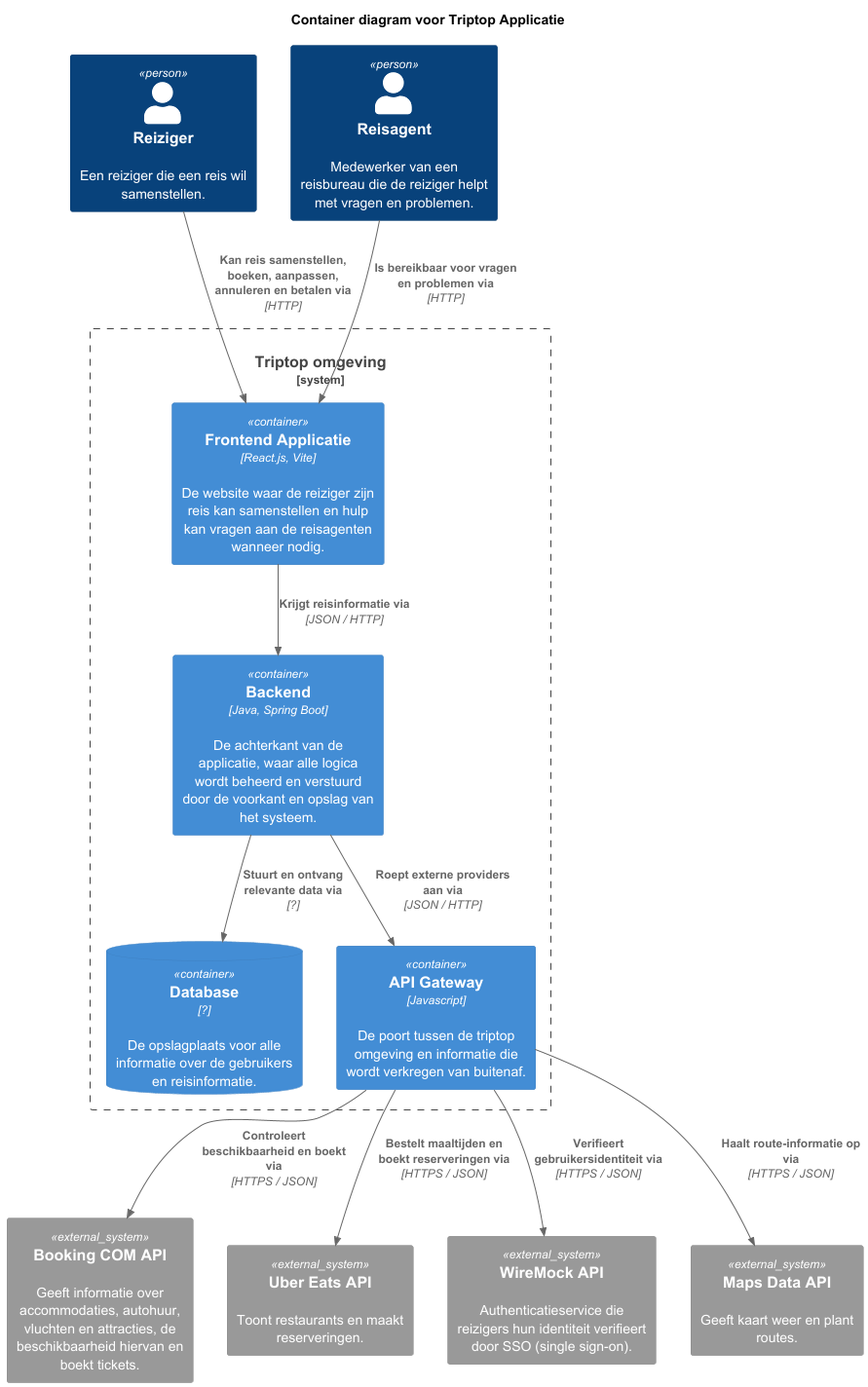
This is opdracht-diagrammen/Container diagrammen/container-diagram-team/final-container-diagram.png from AIM-ENE-feb25/triptop-beca, a PlantUML export, as it was before one commit. Source of this version:
```plantuml
@startuml

!include https://raw.githubusercontent.com/plantuml-stdlib/C4-PlantUML/master/C4_Container.puml


title Container diagram voor Triptop Applicatie

Person(reiziger, Reiziger, "Een reiziger die een reis wil samenstellen.")
Person(reis_agent, Reisagent, "Medewerker van een reisbureau die de reiziger helpt met vragen en problemen.")

System_Boundary(c1, "Triptop omgeving") {
    Container(frontend, "Frontend Applicatie", "React.js, Vite", "De website waar de reiziger zijn reis kan samenstellen en hulp kan vragen aan de reisagenten wanneer nodig.")
    Container(backend, "Backend", "Java, Spring Boot", "De achterkant van de applicatie, waar alle logica wordt beheerd en verstuurd door de voorkant en opslag van het systeem.")
    ContainerDb(database, "Database", "?", "De opslagplaats voor alle informatie over de gebruikers en reisinformatie.")
    Container(api_gateway, "API Gateway", "Javascript", "De poort tussen de triptop omgeving en informatie die wordt verkregen van buitenaf.")
}

System_Ext(overnachting_vervoer, "Booking COM API", "Geeft informatie over accommodaties, autohuur, vluchten en attracties, de beschikbaarheid hiervan en boekt tickets.")
System_Ext(eten, "Uber Eats API", "Toont restaurants en maakt reserveringen.")
System_Ext(identiteit, "WireMock API", "Authenticatieservice die reizigers hun identiteit verifieert door SSO (single sign-on).")
System_Ext(maps, "Maps Data API", "Geeft kaart weer en plant routes.")

Rel(reiziger, frontend, "Kan reis samenstellen, boeken, aanpassen, annuleren en betalen via", "HTTP")
Rel(reis_agent, frontend, "Is bereikbaar voor vragen en problemen via", "HTTP")

Rel(frontend, backend, "Krijgt reisinformatie via", "JSON / HTTP")
Rel(backend, database, "Stuurt en ontvang relevante data via", "?")
Rel(backend, api_gateway, "Roept externe providers aan via", "JSON / HTTP")

Rel(api_gateway, overnachting_vervoer, "Controleert beschikbaarheid en boekt via", "HTTPS / JSON")
Rel(api_gateway, eten, "Bestelt maaltijden en boekt reserveringen via", "HTTPS / JSON")
Rel(api_gateway, identiteit, "Verifieert gebruikersidentiteit via", "HTTPS / JSON")
Rel(api_gateway, maps, "Haalt route-informatie op via", "HTTPS / JSON")


@enduml
```
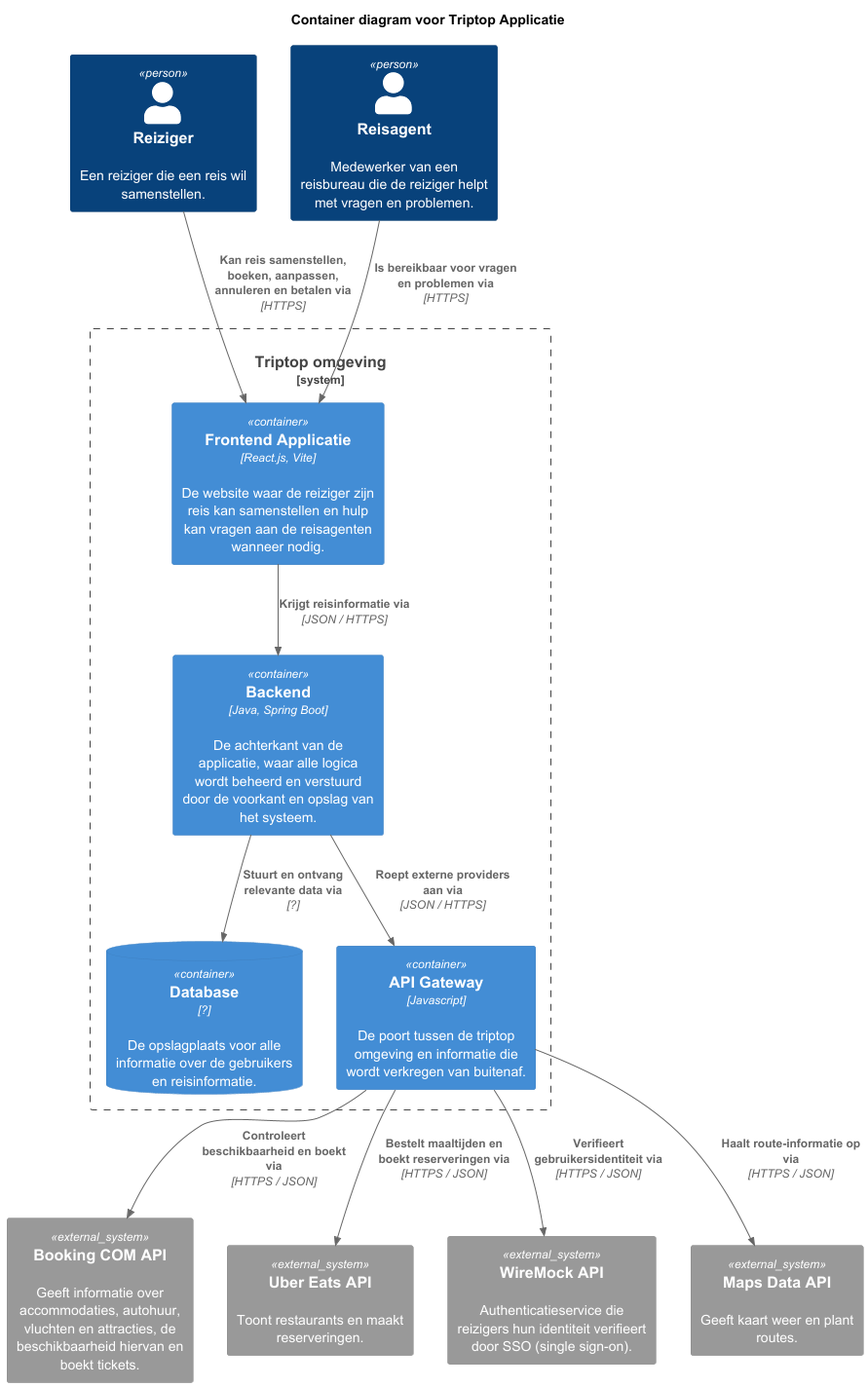
After the commit.

Commit message:
Dynamische diagrammen gemaakt

Change to the diagram source:
```diff
@@ -20,12 +20,12 @@
 System_Ext(identiteit, "WireMock API", "Authenticatieservice die reizigers hun identiteit verifieert door SSO (single sign-on).")
 System_Ext(maps, "Maps Data API", "Geeft kaart weer en plant routes.")
 
-Rel(reiziger, frontend, "Kan reis samenstellen, boeken, aanpassen, annuleren en betalen via", "HTTP")
-Rel(reis_agent, frontend, "Is bereikbaar voor vragen en problemen via", "HTTP")
+Rel(reiziger, frontend, "Kan reis samenstellen, boeken, aanpassen, annuleren en betalen via", "HTTPS")
+Rel(reis_agent, frontend, "Is bereikbaar voor vragen en problemen via", "HTTPS")
 
-Rel(frontend, backend, "Krijgt reisinformatie via", "JSON / HTTP")
+Rel(frontend, backend, "Krijgt reisinformatie via", "JSON / HTTPS")
 Rel(backend, database, "Stuurt en ontvang relevante data via", "?")
-Rel(backend, api_gateway, "Roept externe providers aan via", "JSON / HTTP")
+Rel(backend, api_gateway, "Roept externe providers aan via", "JSON / HTTPS")
 
 Rel(api_gateway, overnachting_vervoer, "Controleert beschikbaarheid en boekt via", "HTTPS / JSON")
 Rel(api_gateway, eten, "Bestelt maaltijden en boekt reserveringen via", "HTTPS / JSON")
```
